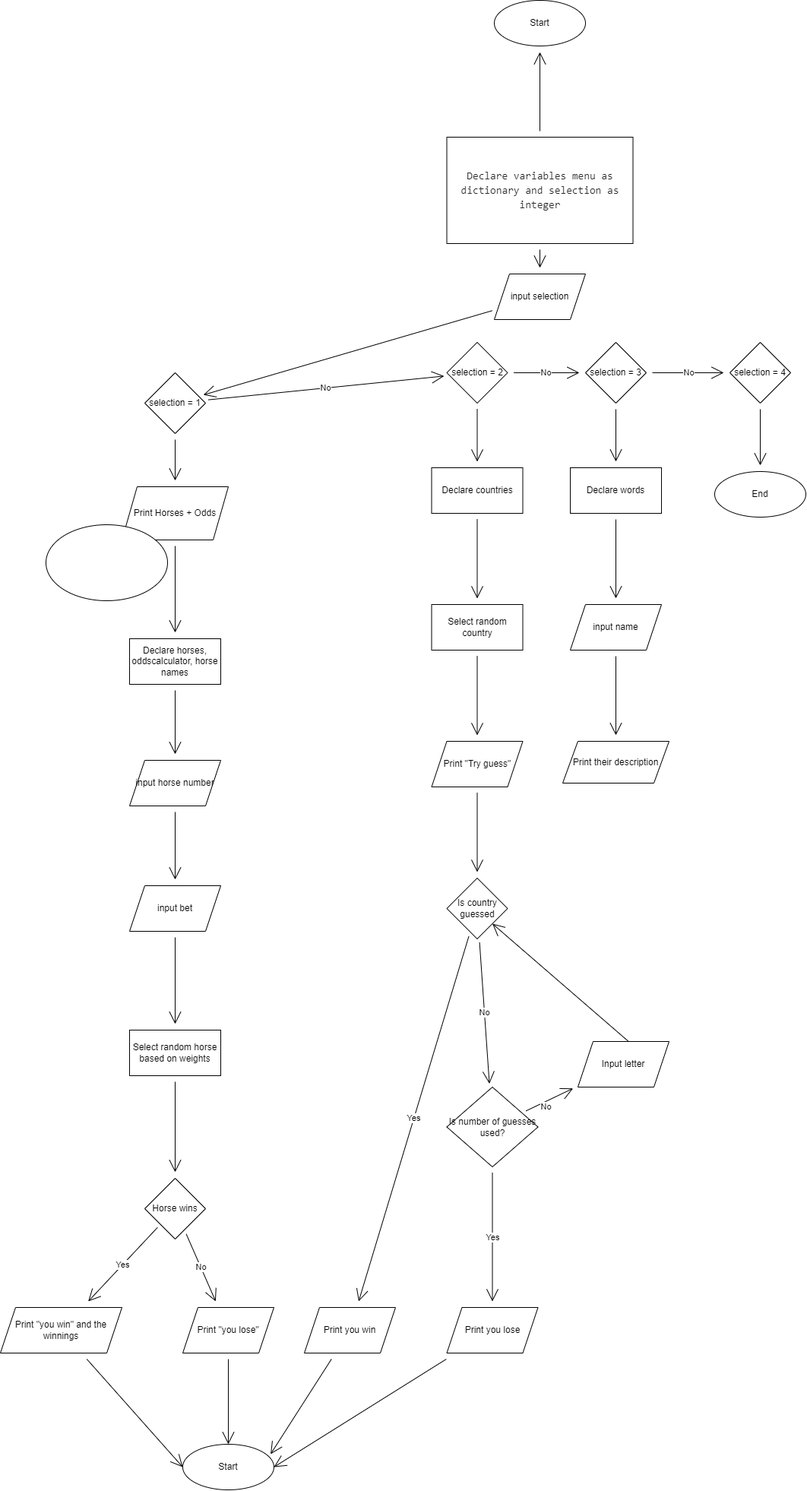
Above: PythonProjectFlowChart.drawio.png in Fraechmc/PythonProject (draw.io), before the change. Source tidied: cells renumbered, new cells last; positions are measured from the earlier drawing's top-left corner, leaving out a move shared by most shapes.
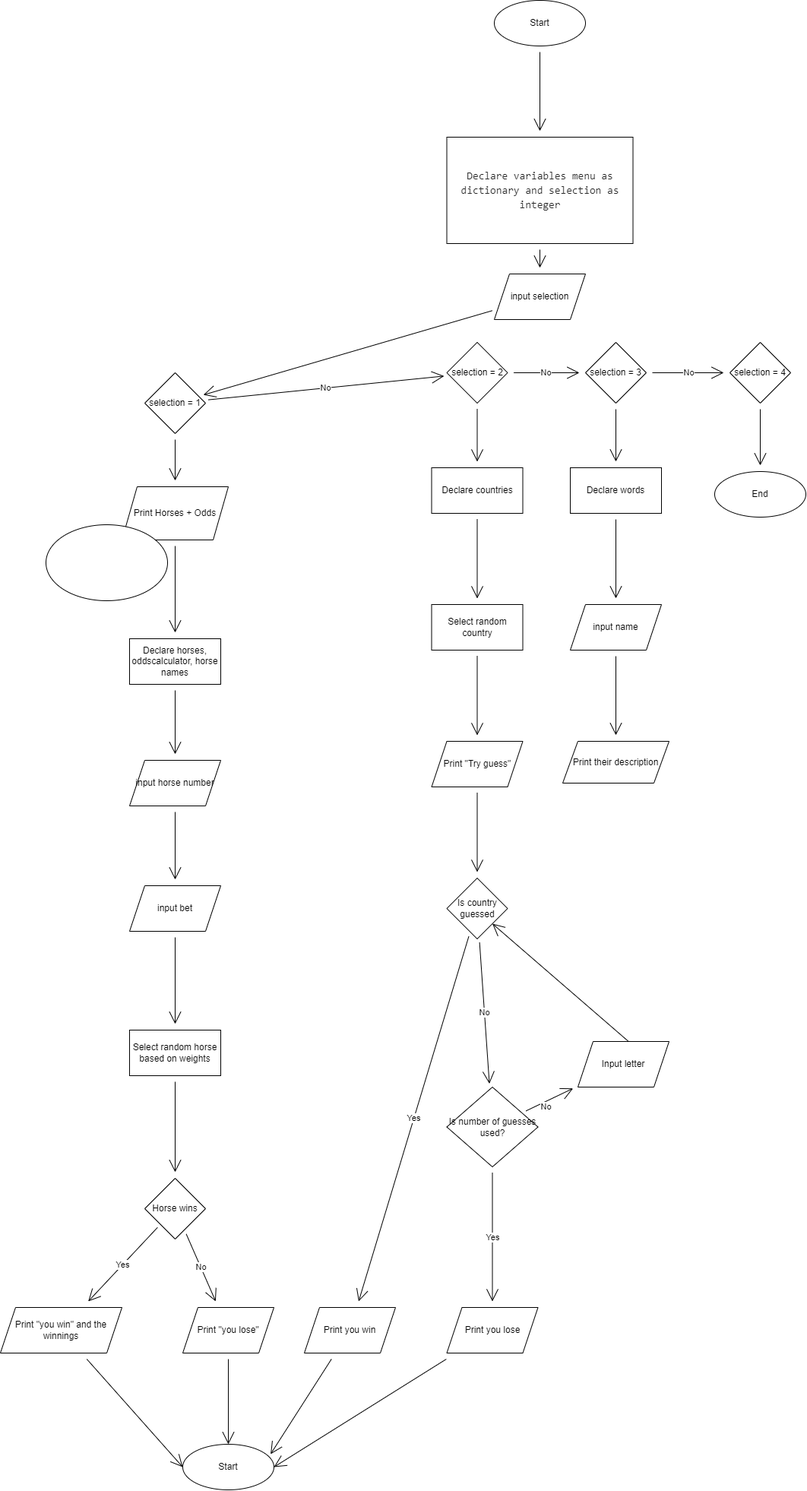
Above is the later version.

What changed in the source:
```diff
@@ -5,7 +5,7 @@
     <mxCell id="2" style="edgeStyle=none;curved=1;rounded=0;jettySize=auto;html=1;endArrow=open;startSize=14;endSize=14;sourcePerimeterSpacing=8;targetPerimeterSpacing=8;" parent="1" edge="1" source="4" target="6">
       <mxGeometry relative="1" as="geometry" />
     </mxCell>
-    <mxCell id="3" style="edgeStyle=none;curved=1;rounded=0;jettySize=auto;html=1;endArrow=open;startSize=14;endSize=14;sourcePerimeterSpacing=8;targetPerimeterSpacing=8;" parent="1" edge="1" source="4" target="62">
+    <mxCell id="3" style="edgeStyle=none;curved=1;rounded=0;jettySize=auto;html=1;endArrow=open;startSize=14;endSize=14;sourcePerimeterSpacing=8;targetPerimeterSpacing=8;" parent="1" edge="1" source="62" target="4">
       <mxGeometry relative="1" as="geometry" />
     </mxCell>
     <mxCell id="4" value="&lt;div style=&quot;color: rgb(41, 41, 41); background-color: rgb(255, 255, 255); font-family: Consolas, &amp;quot;Courier New&amp;quot;, monospace; font-size: 14px; line-height: 19px;&quot;&gt;&lt;div&gt;Declare variables menu as dictionary and selection as integer&lt;/div&gt;&lt;/div&gt;" style="rounded=0;whiteSpace=wrap;html=1;hachureGap=4;align=center;" parent="1" vertex="1">
```
